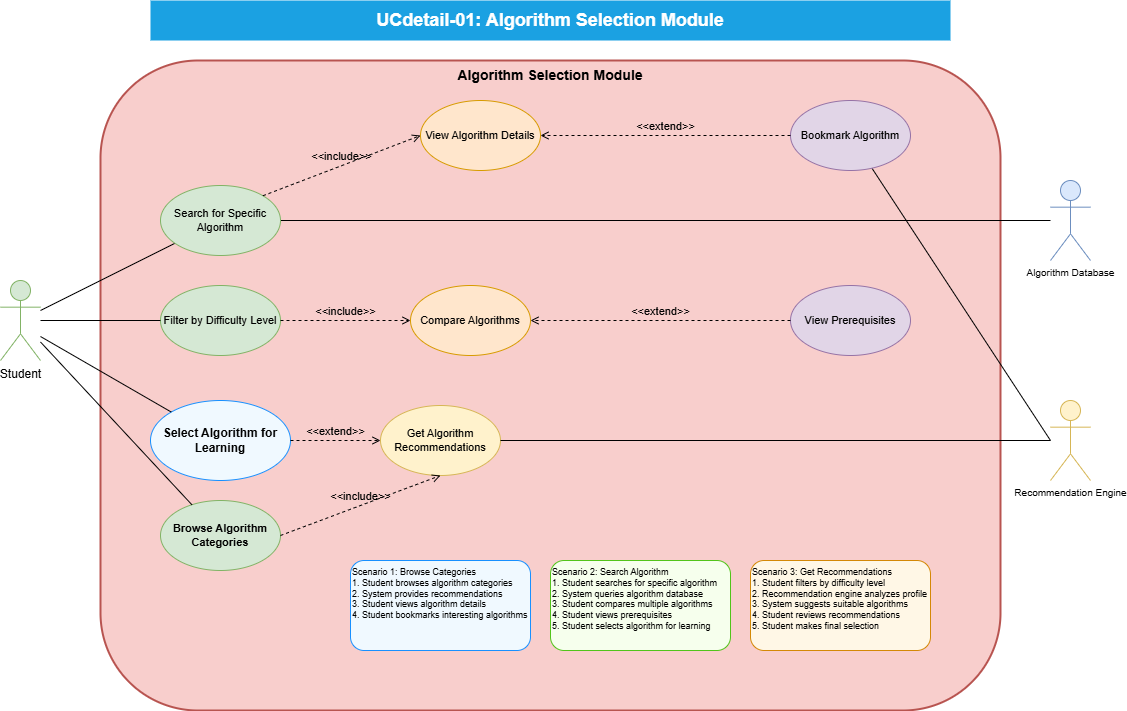
Earlier version of the draw.io export dsa-visualizer/academic-project/enhanced-diagrams/UCdetail-01-algorithm-selection.png (HieNguyen08/dsa-visualizer). Source tidied: cells renumbered, new cells last; positions are measured from the earlier drawing's top-left corner, leaving out a move shared by most shapes.
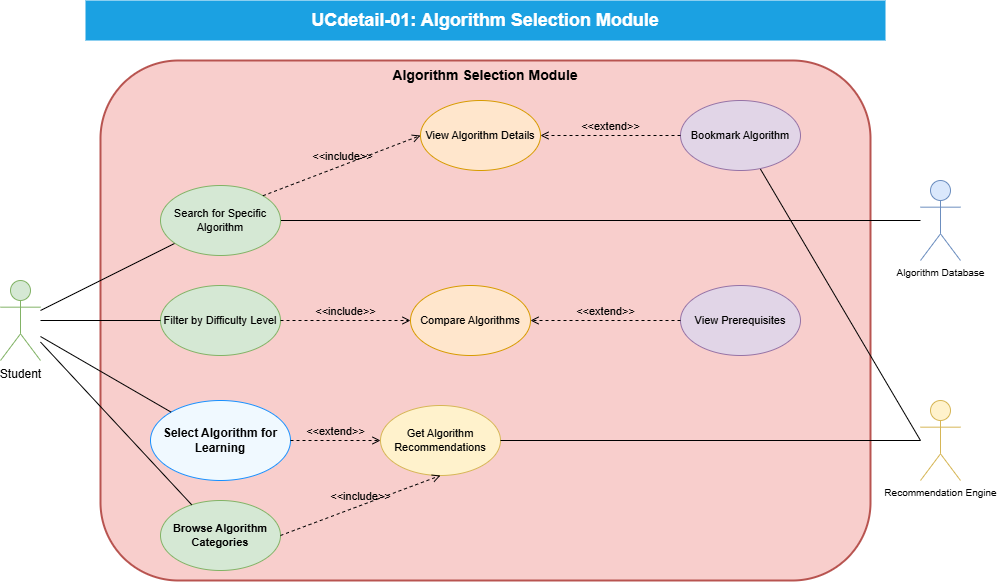
Above is the later version.

Change to the diagram source:
```diff
@@ -3,19 +3,19 @@
     <mxCell id="0" />
     <mxCell id="1" parent="0" />
     <mxCell id="2" value="UCdetail-01: Algorithm Selection Module" style="text;html=1;align=center;verticalAlign=middle;whiteSpace=wrap;rounded=0;fontSize=18;fontStyle=1;fillColor=#1ba1e2;fontColor=#ffffff;" parent="1" vertex="1">
-      <mxGeometry x="150" width="800" height="40" as="geometry" />
+      <mxGeometry x="85" width="800" height="40" as="geometry" />
     </mxCell>
     <mxCell id="3" value="Algorithm Selection Module" style="rounded=1;whiteSpace=wrap;html=1;fontSize=14;fontStyle=1;fillColor=#f8cecc;strokeColor=#b85450;strokeWidth=2;verticalAlign=top;" parent="1" vertex="1">
-      <mxGeometry x="100" y="60" width="900" height="650" as="geometry" />
+      <mxGeometry x="100" y="60" width="770" height="520" as="geometry" />
     </mxCell>
     <mxCell id="4" value="Student" style="shape=umlActor;verticalLabelPosition=bottom;verticalAlign=top;html=1;outlineConnect=0;fontSize=12;fillColor=#d5e8d4;strokeColor=#82b366;" parent="1" vertex="1">
       <mxGeometry y="280" width="40" height="80" as="geometry" />
     </mxCell>
     <mxCell id="5" value="Algorithm Database" style="shape=umlActor;verticalLabelPosition=bottom;verticalAlign=top;html=1;outlineConnect=0;fontSize=10;fillColor=#dae8fc;strokeColor=#6c8ebf;" parent="1" vertex="1">
-      <mxGeometry x="1050" y="180" width="40" height="80" as="geometry" />
+      <mxGeometry x="920" y="180" width="40" height="80" as="geometry" />
     </mxCell>
     <mxCell id="6" value="Recommendation Engine" style="shape=umlActor;verticalLabelPosition=bottom;verticalAlign=top;html=1;outlineConnect=0;fontSize=10;fillColor=#fff2cc;strokeColor=#d6b656;" parent="1" vertex="1">
-      <mxGeometry x="1050" y="400" width="40" height="80" as="geometry" />
+      <mxGeometry x="920" y="400" width="40" height="80" as="geometry" />
     </mxCell>
     <mxCell id="7" value="Browse Algorithm Categories" style="ellipse;whiteSpace=wrap;html=1;fontSize=11;fillColor=#d5e8d4;strokeColor=#82b366;fontStyle=1;" parent="1" vertex="1">
       <mxGeometry x="160" y="500" width="120" height="70" as="geometry" />
@@ -33,7 +33,7 @@
       <mxGeometry x="380" y="405" width="120" height="70" as="geometry" />
     </mxCell>
     <mxCell id="12" value="View Prerequisites" style="ellipse;whiteSpace=wrap;html=1;fontSize=11;fillColor=#e1d5e7;strokeColor=#9673a6;" parent="1" vertex="1">
-      <mxGeometry x="790" y="285" width="120" height="70" as="geometry" />
+      <mxGeometry x="680" y="285" width="120" height="70" as="geometry" />
     </mxCell>
     <mxCell id="13" value="Select Algorithm for Learning" style="ellipse;whiteSpace=wrap;html=1;fontSize=12;fillColor=#f0f9ff;strokeColor=#1890ff;fontStyle=1;" parent="1" vertex="1">
       <mxGeometry x="150" y="400" width="140" height="80" as="geometry" />
@@ -50,20 +50,11 @@
     <mxCell id="17" style="endArrow=none;html=1;rounded=0;fontSize=12;startSize=8;endSize=8;exitX=0;exitY=0.5;" parent="1" edge="1" source="5" target="25">
       <mxGeometry relative="1" as="geometry" />
     </mxCell>
-    <mxCell id="18" value="Scenario 1: Browse Categories&#10;1. Student browses algorithm categories&#10;2. System provides recommendations&#10;3. Student views algorithm details&#10;4. Student bookmarks interesting algorithms" style="rounded=1;whiteSpace=wrap;html=1;fontSize=9;align=left;verticalAlign=top;fillColor=#f0f9ff;strokeColor=#1890ff;" parent="1" vertex="1">
-      <mxGeometry x="350" y="560" width="180" height="90" as="geometry" />
-    </mxCell>
-    <mxCell id="19" value="Scenario 2: Search Algorithm&#10;1. Student searches for specific algorithm&#10;2. System queries algorithm database&#10;3. Student compares multiple algorithms&#10;4. Student views prerequisites&#10;5. Student selects algorithm for learning" style="rounded=1;whiteSpace=wrap;html=1;fontSize=9;align=left;verticalAlign=top;fillColor=#f6ffed;strokeColor=#52c41a;" parent="1" vertex="1">
-      <mxGeometry x="550" y="560" width="180" height="90" as="geometry" />
-    </mxCell>
-    <mxCell id="20" value="Scenario 3: Get Recommendations&#10;1. Student filters by difficulty level&#10;2. Recommendation engine analyzes profile&#10;3. System suggests suitable algorithms&#10;4. Student reviews recommendations&#10;5. Student makes final selection" style="rounded=1;whiteSpace=wrap;html=1;fontSize=9;align=left;verticalAlign=top;fillColor=#fff7e6;strokeColor=#d48806;" parent="1" vertex="1">
-      <mxGeometry x="750" y="560" width="180" height="90" as="geometry" />
-    </mxCell>
     <mxCell id="21" style="endArrow=none;html=1;rounded=0;fontSize=12;startSize=8;endSize=8;exitX=0;exitY=0.5;" parent="1" edge="1" source="6" target="22">
       <mxGeometry relative="1" as="geometry" />
     </mxCell>
     <mxCell id="22" value="Bookmark Algorithm" style="ellipse;whiteSpace=wrap;html=1;fontSize=11;fillColor=#e1d5e7;strokeColor=#9673a6;" parent="1" vertex="1">
-      <mxGeometry x="790" y="100" width="120" height="70" as="geometry" />
+      <mxGeometry x="680" y="100" width="120" height="70" as="geometry" />
     </mxCell>
     <mxCell id="23" style="endArrow=none;html=1;rounded=0;fontSize=12;startSize=8;endSize=8;exitX=1;exitY=0.5;exitDx=0;exitDy=0;" parent="1" edge="1" source="11" target="6">
       <mxGeometry relative="1" as="geometry" />
```
